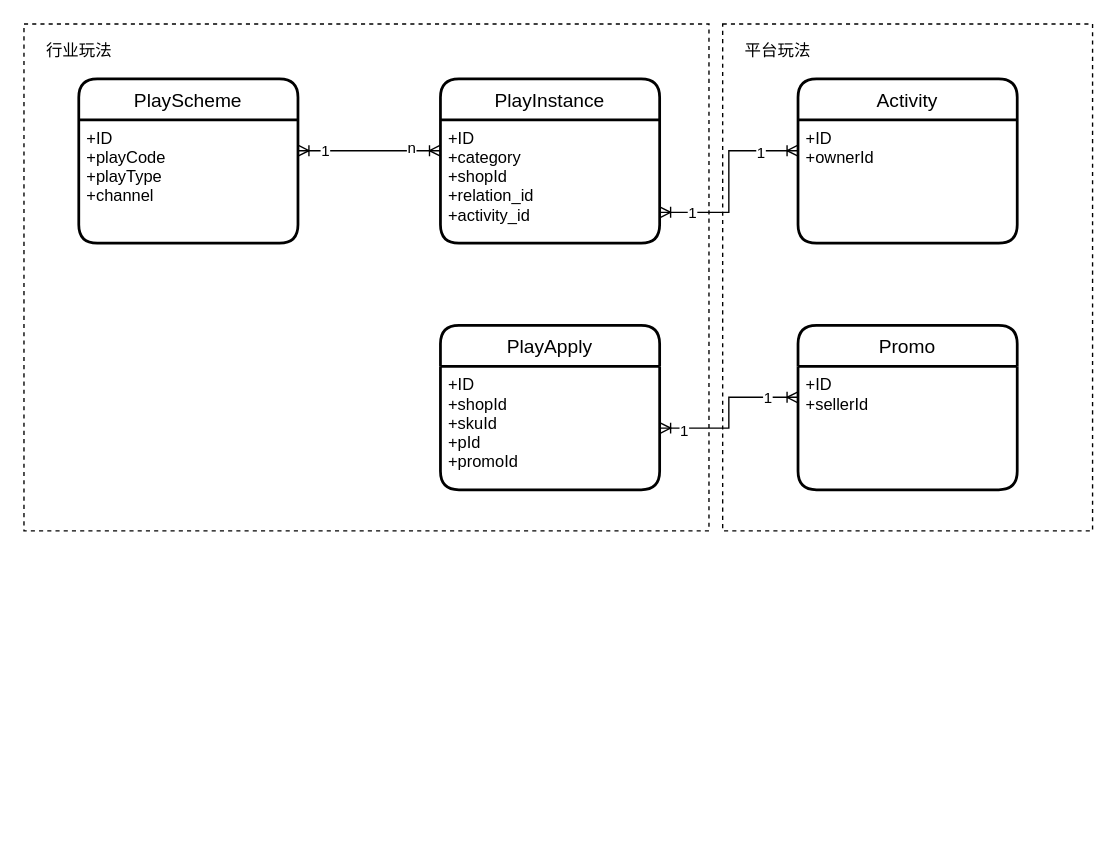
Before: page "平台玩法模型" (6 of 7) of 营销玩法系统架构.drawio in jon-kong/draw.io, a draw.io diagram. Source tidied: cells renumbered, new cells numbered last; positions are measured from the earlier drawing's top-left corner, leaving out a move shared by most shapes. Both pictures are drawn from the tidied source at 137%, with x=0, y=0 at pixel (23, 23).
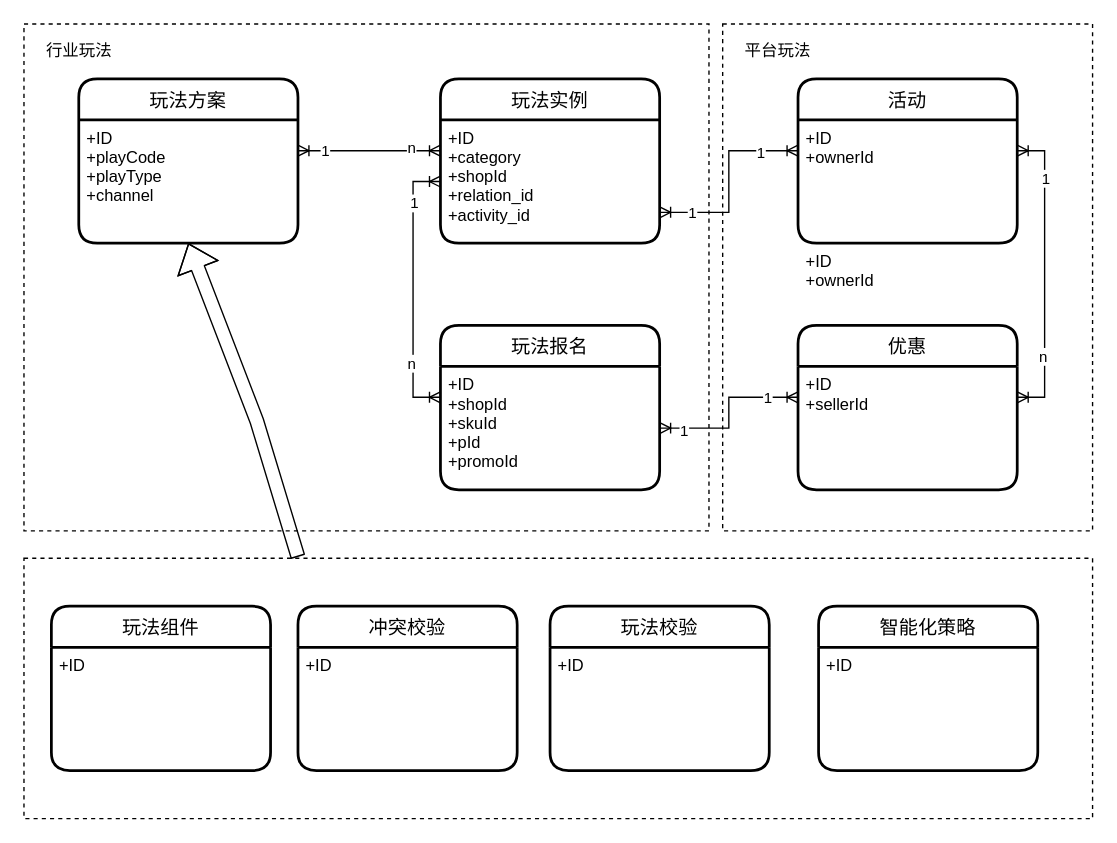
Above is the later version.

Commit message:
Update 营销玩法系统架构.drawio

The change refers to these unchanged cells:
```xml
<mxCell id="5" value="+ID&#10;+ownerId" style="align=left;strokeColor=none;fillColor=none;spacingLeft=4;fontSize=12;verticalAlign=top;" parent="4" vertex="1">
  <mxGeometry y="30" width="160" height="90" as="geometry" />
</mxCell>
<mxCell id="7" value="+ID&#10;+sellerId" style="align=left;strokeColor=none;fillColor=none;spacingLeft=4;fontSize=12;verticalAlign=top;" parent="6" vertex="1">
  <mxGeometry y="30" width="160" height="90" as="geometry" />
</mxCell>
<mxCell id="9" value="+ID&#10;+category&#10;+shopId&#10;+relation_id&#10;+activity_id" style="align=left;strokeColor=none;fillColor=none;spacingLeft=4;fontSize=12;verticalAlign=top;" parent="8" vertex="1">
  <mxGeometry y="30" width="160" height="90" as="geometry" />
</mxCell>
<mxCell id="11" value="+ID&#10;+shopId&#10;+skuId&#10;+pId&#10;+promoId" style="align=left;strokeColor=none;fillColor=none;spacingLeft=4;fontSize=12;verticalAlign=top;" parent="10" vertex="1">
  <mxGeometry y="30" width="160" height="90" as="geometry" />
</mxCell>
<mxCell id="21" value="+ID&#10;+playCode&#10;+playType&#10;+channel" style="align=left;strokeColor=none;fillColor=none;spacingLeft=4;fontSize=12;verticalAlign=top;" parent="20" vertex="1">
  <mxGeometry y="30" width="160" height="90" as="geometry" />
</mxCell>
```

The edit, as a diff of the source:
```diff
@@
-    <mxCell id="4" value="Activity" style="swimlane;horizontal=1;startSize=30;rounded=1;fontSize=14;fontStyle=0;strokeWidth=2;shadow=0;dashed=0;align=center;" parent="1" vertex="1">
+    <mxCell id="4" value="活动" style="swimlane;horizontal=1;startSize=30;rounded=1;fontSize=14;fontStyle=0;strokeWidth=2;shadow=0;dashed=0;align=center;" parent="1" vertex="1">
       <mxGeometry x="565" y="40" width="160" height="120" as="geometry" />
     </mxCell>
@@
+    <mxCell id="25" value="+ID&#10;+ownerId" style="align=left;strokeColor=none;fillColor=none;spacingLeft=4;fontSize=12;verticalAlign=top;" parent="4" vertex="1">
+      <mxGeometry y="120" width="160" as="geometry" />
+    </mxCell>
-    <mxCell id="6" value="Promo" style="swimlane;horizontal=1;startSize=30;rounded=1;fontSize=14;fontStyle=0;strokeWidth=2;shadow=0;dashed=0;align=center;" parent="1" vertex="1">
+    <mxCell id="6" value="优惠" style="swimlane;horizontal=1;startSize=30;rounded=1;fontSize=14;fontStyle=0;strokeWidth=2;shadow=0;dashed=0;align=center;" parent="1" vertex="1">
       <mxGeometry x="565" y="220" width="160" height="120" as="geometry" />
     </mxCell>
@@
-    <mxCell id="8" value="PlayInstance" style="swimlane;horizontal=1;startSize=30;rounded=1;fontSize=14;fontStyle=0;strokeWidth=2;shadow=0;dashed=0;align=center;" parent="1" vertex="1">
+    <mxCell id="8" value="玩法实例" style="swimlane;horizontal=1;startSize=30;rounded=1;fontSize=14;fontStyle=0;strokeWidth=2;shadow=0;dashed=0;align=center;" parent="1" vertex="1">
       <mxGeometry x="304" y="40" width="160" height="120" as="geometry" />
     </mxCell>
@@
-    <mxCell id="10" value="PlayApply" style="swimlane;horizontal=1;startSize=30;rounded=1;fontSize=14;fontStyle=0;strokeWidth=2;shadow=0;dashed=0;align=center;" parent="1" vertex="1">
+    <mxCell id="10" value="玩法报名" style="swimlane;horizontal=1;startSize=30;rounded=1;fontSize=14;fontStyle=0;strokeWidth=2;shadow=0;dashed=0;align=center;" parent="1" vertex="1">
       <mxGeometry x="304" y="220" width="160" height="120" as="geometry" />
     </mxCell>
@@
-    <mxCell id="20" value="PlayScheme" style="swimlane;horizontal=1;startSize=30;rounded=1;fontSize=14;fontStyle=0;strokeWidth=2;shadow=0;dashed=0;align=center;" parent="1" vertex="1">
+    <mxCell id="20" value="玩法方案" style="swimlane;horizontal=1;startSize=30;rounded=1;fontSize=14;fontStyle=0;strokeWidth=2;shadow=0;dashed=0;align=center;" parent="1" vertex="1">
       <mxGeometry x="40" y="40" width="160" height="120" as="geometry" />
     </mxCell>
@@
+    <mxCell id="26" style="rounded=0;jettySize=auto;html=1;entryX=0;entryY=0.5;entryDx=0;entryDy=0;edgeStyle=orthogonalEdgeStyle;endArrow=ERoneToMany;endFill=0;startArrow=ERoneToMany;startFill=0;exitX=0;exitY=0.25;exitDx=0;exitDy=0;" parent="1" edge="1" source="11" target="9">
+      <mxGeometry relative="1" as="geometry" />
+    </mxCell>
+    <mxCell id="27" value="1" style="edgeLabel;html=1;align=center;verticalAlign=middle;" parent="26" vertex="1">
+      <mxGeometry x="0.64" relative="1" as="geometry" />
+    </mxCell>
+    <mxCell id="28" value="n" style="edgeLabel;html=1;align=center;verticalAlign=middle;" parent="26" vertex="1">
+      <mxGeometry x="-0.58" y="2" relative="1" as="geometry">
+        <mxPoint y="-4" as="offset" />
+      </mxGeometry>
+    </mxCell>
+    <mxCell id="29" style="rounded=0;jettySize=auto;html=1;entryX=1;entryY=0.25;entryDx=0;entryDy=0;edgeStyle=orthogonalEdgeStyle;endArrow=ERoneToMany;endFill=0;startArrow=ERoneToMany;startFill=0;exitX=1;exitY=0.25;exitDx=0;exitDy=0;" parent="1" edge="1" source="7" target="5">
+      <mxGeometry relative="1" as="geometry" />
+    </mxCell>
+    <mxCell id="30" value="1" style="edgeLabel;html=1;align=center;verticalAlign=middle;" parent="29" vertex="1">
+      <mxGeometry x="0.64" relative="1" as="geometry" />
+    </mxCell>
+    <mxCell id="31" value="n" style="edgeLabel;html=1;align=center;verticalAlign=middle;" parent="29" vertex="1">
+      <mxGeometry x="-0.58" y="2" relative="1" as="geometry">
+        <mxPoint y="-4" as="offset" />
+      </mxGeometry>
+    </mxCell>
+    <mxCell id="32" style="verticalLabelPosition=bottom;verticalAlign=top;html=1;shape=mxgraph.basic.rect;fillColor2=none;strokeWidth=1;size=0;indent=5;fillColor=none;dashed=1;" parent="1" vertex="1">
+      <mxGeometry y="390" width="780" height="190" as="geometry" />
+    </mxCell>
+    <mxCell id="33" style="shape=flexArrow;endArrow=classic;html=1;entryX=0.5;entryY=1;entryDx=0;entryDy=0;" parent="1" edge="1" target="21">
+      <mxGeometry relative="1" as="geometry">
+        <mxPoint x="200" y="389" as="sourcePoint" />
+        <Array as="points">
+          <mxPoint x="170" y="290" />
+        </Array>
+      </mxGeometry>
+    </mxCell>
+    <mxCell id="34" value="玩法组件" style="swimlane;horizontal=1;startSize=30;rounded=1;fontSize=14;fontStyle=0;strokeWidth=2;shadow=0;dashed=0;align=center;" parent="1" vertex="1">
+      <mxGeometry x="20" y="425" width="160" height="120" as="geometry" />
+    </mxCell>
+    <mxCell id="35" value="+ID" style="align=left;strokeColor=none;fillColor=none;spacingLeft=4;fontSize=12;verticalAlign=top;" parent="34" vertex="1">
+      <mxGeometry y="30" width="160" height="90" as="geometry" />
+    </mxCell>
+    <mxCell id="36" value="冲突校验" style="swimlane;horizontal=1;startSize=30;rounded=1;fontSize=14;fontStyle=0;strokeWidth=2;shadow=0;dashed=0;align=center;" parent="1" vertex="1">
+      <mxGeometry x="200" y="425" width="160" height="120" as="geometry" />
+    </mxCell>
+    <mxCell id="37" value="+ID" style="align=left;strokeColor=none;fillColor=none;spacingLeft=4;fontSize=12;verticalAlign=top;" parent="36" vertex="1">
+      <mxGeometry y="30" width="160" height="90" as="geometry" />
+    </mxCell>
+    <mxCell id="38" value="玩法校验" style="swimlane;horizontal=1;startSize=30;rounded=1;fontSize=14;fontStyle=0;strokeWidth=2;shadow=0;dashed=0;align=center;" parent="1" vertex="1">
+      <mxGeometry x="384" y="425" width="160" height="120" as="geometry" />
+    </mxCell>
+    <mxCell id="39" value="+ID" style="align=left;strokeColor=none;fillColor=none;spacingLeft=4;fontSize=12;verticalAlign=top;" parent="38" vertex="1">
+      <mxGeometry y="30" width="160" height="90" as="geometry" />
+    </mxCell>
+    <mxCell id="40" value="智能化策略" style="swimlane;horizontal=1;startSize=30;rounded=1;fontSize=14;fontStyle=0;strokeWidth=2;shadow=0;dashed=0;align=center;" parent="1" vertex="1">
+      <mxGeometry x="580" y="425" width="160" height="120" as="geometry" />
+    </mxCell>
+    <mxCell id="41" value="+ID" style="align=left;strokeColor=none;fillColor=none;spacingLeft=4;fontSize=12;verticalAlign=top;" parent="40" vertex="1">
+      <mxGeometry y="30" width="160" height="90" as="geometry" />
+    </mxCell>
```
